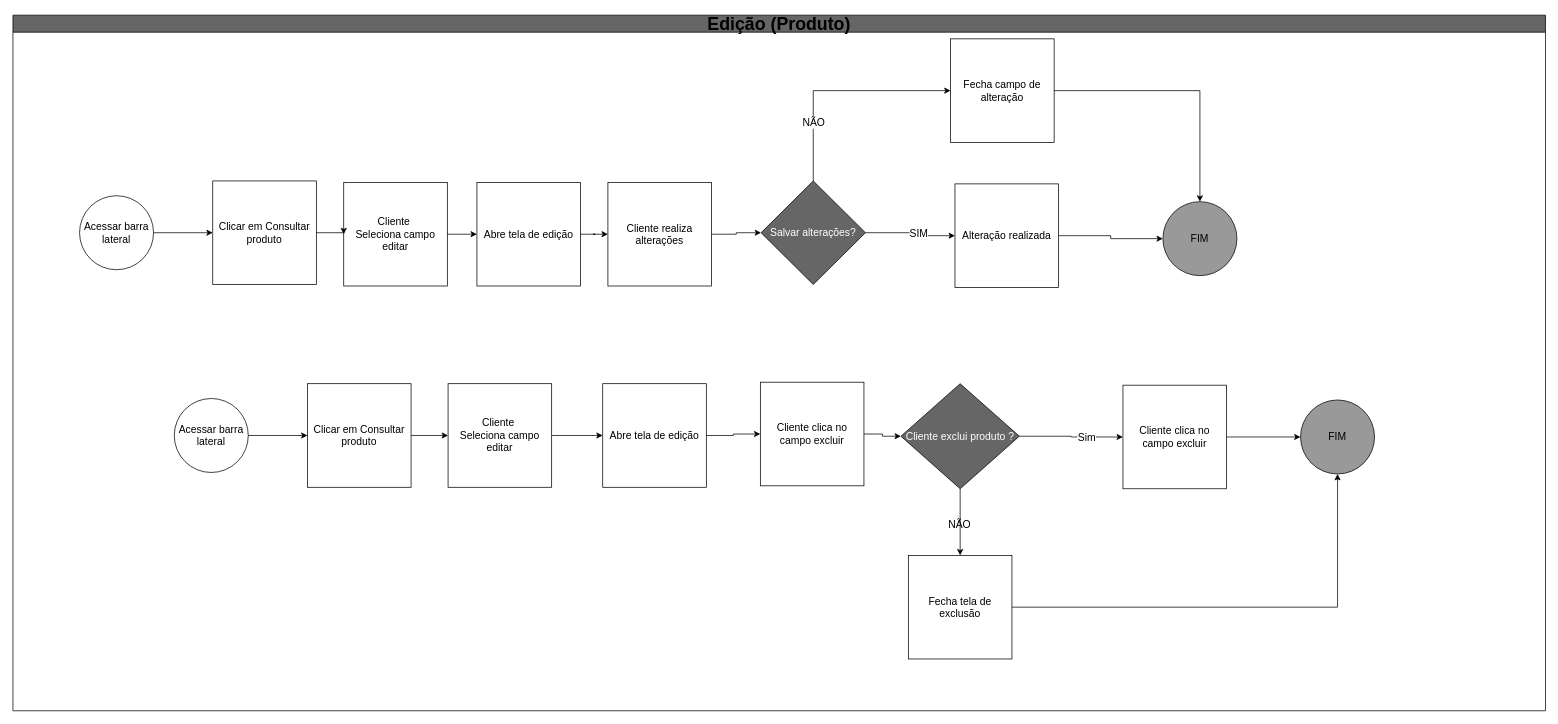
The draw.io diagram page "Edição e Exclusão produto" (8 of 12) of fluxogramas/YS-Fluxo.drawio in eothigas/YS_Storage, before the edit. Source tidied: cells renumbered, new cells numbered last; positions are measured from the earlier drawing's top-left corner, leaving out a move shared by most shapes. Both pictures are drawn from the tidied source at 74%, with x=0, y=0 at pixel (13, 15).
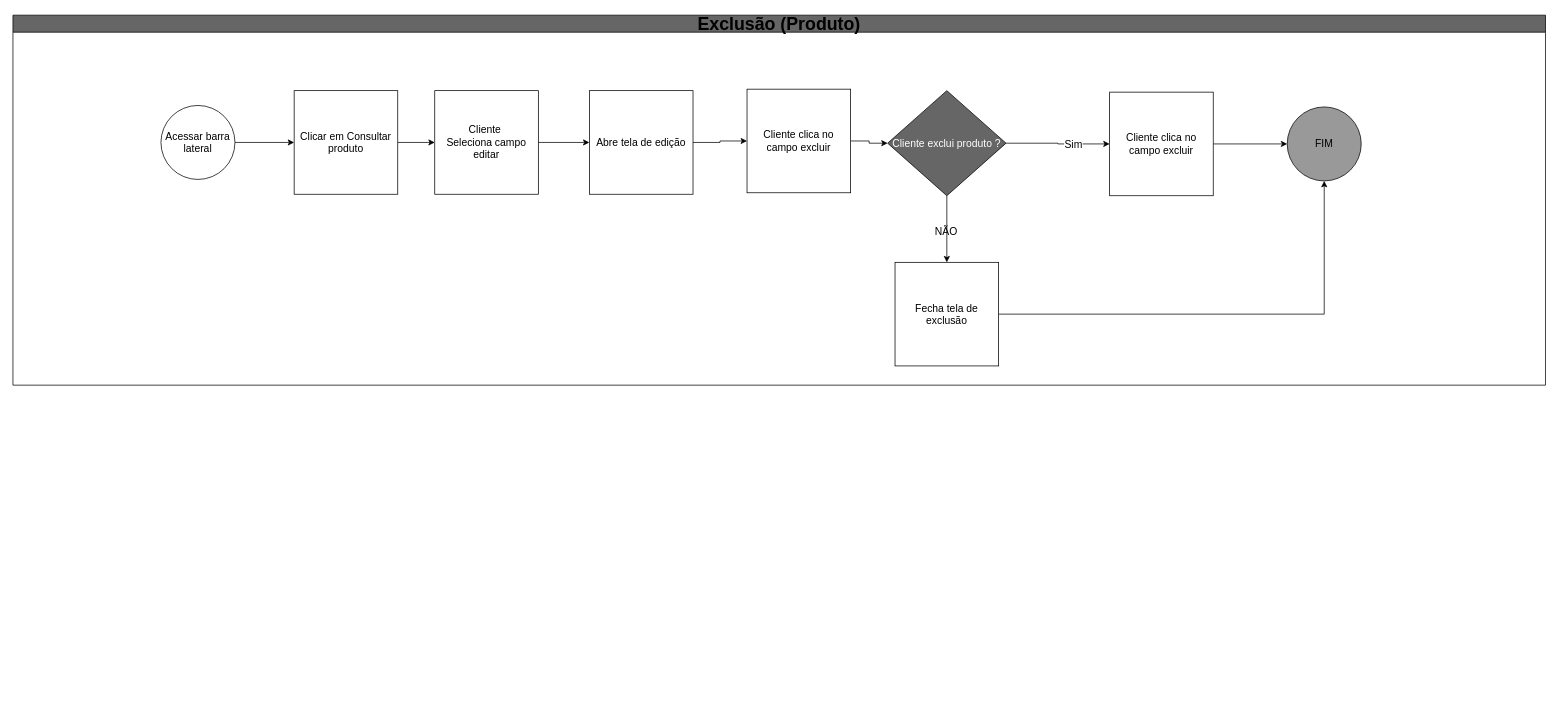
The same diagram, later.

Commit message:
Alterando nomenclaturas

The edit, as a diff of the source:
```diff
@@
-    <mxCell id="2" style="edgeStyle=orthogonalEdgeStyle;rounded=0;jettySize=auto;html=1;exitX=0.5;exitY=0;exitDx=0;exitDy=0;entryX=0;entryY=0.5;entryDx=0;entryDy=0;" parent="1" edge="1" source="4" target="8">
-      <mxGeometry relative="1" as="geometry" />
-    </mxCell>
-    <mxCell id="3" style="edgeStyle=orthogonalEdgeStyle;rounded=0;jettySize=auto;html=1;exitX=1;exitY=0.5;exitDx=0;exitDy=0;entryX=0;entryY=0.5;entryDx=0;entryDy=0;" parent="1" edge="1" source="4" target="11">
-      <mxGeometry relative="1" as="geometry" />
-    </mxCell>
-    <mxCell id="4" value="&lt;span style=&quot;color: rgb(255, 255, 255);&quot;&gt;&lt;font style=&quot;font-size: 14px;&quot;&gt;Salvar alterações?&lt;/font&gt;&lt;/span&gt;" style="rhombus;whiteSpace=wrap;html=1;fillColor=#666666;" parent="1" vertex="1">
-      <mxGeometry x="1011" y="224" width="141" height="140" as="geometry" />
-    </mxCell>
-    <mxCell id="5" value="&lt;font style=&quot;font-size: 14px;&quot;&gt;SIM&lt;/font&gt;" style="edgeLabel;html=1;align=center;verticalAlign=middle;" parent="1" vertex="1">
-      <mxGeometry x="1223" y="294" as="geometry" />
-    </mxCell>
-    <mxCell id="6" value="&lt;font style=&quot;font-size: 14px;&quot;&gt;NÃO&lt;/font&gt;" style="edgeLabel;html=1;align=center;verticalAlign=middle;" parent="1" vertex="1">
-      <mxGeometry x="1081.5" y="144" as="geometry" />
-    </mxCell>
-    <mxCell id="7" style="edgeStyle=orthogonalEdgeStyle;rounded=0;jettySize=auto;html=1;exitX=1;exitY=0.5;exitDx=0;exitDy=0;entryX=0.5;entryY=0;entryDx=0;entryDy=0;" parent="1" edge="1" source="8" target="12">
-      <mxGeometry relative="1" as="geometry" />
-    </mxCell>
-    <mxCell id="8" value="&lt;font style=&quot;font-size: 14px;&quot;&gt;Fecha campo de alteração&lt;/font&gt;" style="whiteSpace=wrap;html=1;" parent="1" vertex="1">
-      <mxGeometry x="1267" y="32" width="140" height="140" as="geometry" />
-    </mxCell>
-    <mxCell id="9" value="&lt;font style=&quot;font-size: 24px;&quot;&gt;Edição (Produto)&lt;/font&gt;" style="swimlane;whiteSpace=wrap;html=1;fillColor=#666666;" parent="1" vertex="1">
-      <mxGeometry width="2071" height="940" as="geometry" />
+    <mxCell id="9" value="&lt;font style=&quot;font-size: 24px;&quot;&gt;Exclusão (Produto)&lt;/font&gt;" style="swimlane;whiteSpace=wrap;html=1;fillColor=#666666;" parent="1" vertex="1">
+      <mxGeometry width="2071" height="500" as="geometry" />
     </mxCell>
-    <mxCell id="10" style="edgeStyle=orthogonalEdgeStyle;rounded=0;jettySize=auto;html=1;exitX=1;exitY=0.5;exitDx=0;exitDy=0;entryX=0;entryY=0.5;entryDx=0;entryDy=0;" parent="9" edge="1" source="11" target="12">
-      <mxGeometry relative="1" as="geometry" />
-    </mxCell>
-    <mxCell id="11" value="&lt;span style=&quot;font-size: 14px;&quot;&gt;Alteração realizada&lt;/span&gt;" style="whiteSpace=wrap;html=1;" parent="9" vertex="1">
-      <mxGeometry x="1273" y="228" width="140" height="140" as="geometry" />
-    </mxCell>
-    <mxCell id="12" value="&lt;font style=&quot;font-size: 14px;&quot;&gt;FIM&lt;/font&gt;" style="ellipse;whiteSpace=wrap;html=1;fillColor=#999999;" parent="9" vertex="1">
-      <mxGeometry x="1554" y="252" width="100" height="100" as="geometry" />
-    </mxCell>
@@
     <mxCell id="15" value="&lt;font style=&quot;font-size: 14px;&quot;&gt;Cliente&amp;nbsp;&lt;/font&gt;&lt;div&gt;&lt;font style=&quot;font-size: 14px;&quot;&gt;Seleciona campo editar&lt;/font&gt;&lt;/div&gt;" style="whiteSpace=wrap;html=1;" parent="9" vertex="1">
-      <mxGeometry x="588" y="498" width="140" height="140" as="geometry" />
+      <mxGeometry x="570" y="102" width="140" height="140" as="geometry" />
     </mxCell>
     <mxCell id="16" value="&lt;font style=&quot;font-size: 14px;&quot;&gt;Clicar em Consultar produto&lt;/font&gt;" style="whiteSpace=wrap;html=1;" parent="9" vertex="1">
-      <mxGeometry x="398" y="498" width="140" height="140" as="geometry" />
+      <mxGeometry x="380" y="102" width="140" height="140" as="geometry" />
     </mxCell>
     <mxCell id="17" value="&lt;font style=&quot;font-size: 14px;&quot;&gt;Acessar barra lateral&lt;/font&gt;" style="ellipse;whiteSpace=wrap;html=1;fillColor=none;" parent="9" vertex="1">
-      <mxGeometry x="218" y="518" width="100" height="100" as="geometry" />
+      <mxGeometry x="200" y="122" width="100" height="100" as="geometry" />
     </mxCell>
@@
     <mxCell id="20" value="&lt;span style=&quot;color: rgb(255, 255, 255);&quot;&gt;&lt;font style=&quot;font-size: 14px;&quot;&gt;Cliente exclui produto ?&lt;/font&gt;&lt;/span&gt;" style="rhombus;whiteSpace=wrap;html=1;fillColor=#666666;" parent="9" vertex="1">
-      <mxGeometry x="1200" y="498" width="160" height="142" as="geometry" />
+      <mxGeometry x="1182" y="102" width="160" height="142" as="geometry" />
     </mxCell>
@@
     <mxCell id="22" value="&lt;span style=&quot;font-size: 14px;&quot;&gt;Cliente clica no campo excluir&lt;/span&gt;" style="whiteSpace=wrap;html=1;" parent="9" vertex="1">
-      <mxGeometry x="1010" y="496" width="140" height="140" as="geometry" />
+      <mxGeometry x="992" y="100" width="140" height="140" as="geometry" />
     </mxCell>
@@
     <mxCell id="24" value="&lt;span style=&quot;font-size: 14px;&quot;&gt;Cliente clica no campo excluir&lt;/span&gt;" style="whiteSpace=wrap;html=1;" parent="9" vertex="1">
-      <mxGeometry x="1500" y="500" width="140" height="140" as="geometry" />
+      <mxGeometry x="1482" y="104" width="140" height="140" as="geometry" />
     </mxCell>
     <mxCell id="25" value="&lt;font style=&quot;font-size: 14px;&quot;&gt;Sim&lt;/font&gt;" style="edgeLabel;html=1;align=center;verticalAlign=middle;" parent="9" vertex="1">
-      <mxGeometry x="1450" y="570" as="geometry" />
+      <mxGeometry x="1432" y="174" as="geometry" />
     </mxCell>
     <mxCell id="26" value="&lt;font style=&quot;font-size: 14px;&quot;&gt;NÃO&lt;/font&gt;" style="edgeLabel;html=1;align=center;verticalAlign=middle;" parent="9" vertex="1">
-      <mxGeometry x="1290" y="690" as="geometry">
+      <mxGeometry x="1272" y="294" as="geometry">
         <mxPoint x="-12" y="-3" as="offset" />
       </mxGeometry>
     </mxCell>
@@
     <mxCell id="28" value="&lt;span style=&quot;font-size: 14px;&quot;&gt;Abre tela de edição&lt;/span&gt;" style="whiteSpace=wrap;html=1;" parent="9" vertex="1">
-      <mxGeometry x="797" y="498" width="140" height="140" as="geometry" />
+      <mxGeometry x="779" y="102" width="140" height="140" as="geometry" />
     </mxCell>
@@
     <mxCell id="30" value="&lt;span style=&quot;font-size: 14px;&quot;&gt;Fecha tela de exclusão&lt;/span&gt;" style="whiteSpace=wrap;html=1;" parent="9" vertex="1">
-      <mxGeometry x="1210" y="730" width="140" height="140" as="geometry" />
+      <mxGeometry x="1192" y="334" width="140" height="140" as="geometry" />
     </mxCell>
@@
     <mxCell id="32" value="&lt;font style=&quot;font-size: 14px;&quot;&gt;FIM&lt;/font&gt;" style="ellipse;whiteSpace=wrap;html=1;fillColor=#999999;" parent="9" vertex="1">
-      <mxGeometry x="1740" y="520" width="100" height="100" as="geometry" />
+      <mxGeometry x="1722" y="124" width="100" height="100" as="geometry" />
     </mxCell>
-    <mxCell id="33" value="&lt;font style=&quot;font-size: 14px;&quot;&gt;Clicar em Consultar produto&lt;/font&gt;" style="whiteSpace=wrap;html=1;" parent="9" vertex="1">
-      <mxGeometry x="270" y="224" width="140" height="140" as="geometry" />
-    </mxCell>
-    <mxCell id="34" value="&lt;font style=&quot;font-size: 14px;&quot;&gt;Acessar barra lateral&lt;/font&gt;" style="ellipse;whiteSpace=wrap;html=1;fillColor=none;" parent="9" vertex="1">
-      <mxGeometry x="90" y="244" width="100" height="100" as="geometry" />
-    </mxCell>
-    <mxCell id="35" style="edgeStyle=orthogonalEdgeStyle;rounded=0;jettySize=auto;html=1;exitX=1;exitY=0.5;exitDx=0;exitDy=0;entryX=0;entryY=0.5;entryDx=0;entryDy=0;" parent="9" edge="1" source="34" target="33">
-      <mxGeometry relative="1" as="geometry" />
-    </mxCell>
-    <mxCell id="36" value="&lt;font style=&quot;font-size: 14px;&quot;&gt;Cliente&amp;nbsp;&lt;/font&gt;&lt;div&gt;&lt;font style=&quot;font-size: 14px;&quot;&gt;Seleciona campo editar&lt;/font&gt;&lt;/div&gt;" style="whiteSpace=wrap;html=1;" parent="9" vertex="1">
-      <mxGeometry x="447" y="226" width="140" height="140" as="geometry" />
-    </mxCell>
-    <mxCell id="37" style="edgeStyle=orthogonalEdgeStyle;rounded=0;jettySize=auto;html=1;exitX=1;exitY=0.5;exitDx=0;exitDy=0;entryX=0;entryY=0.5;entryDx=0;entryDy=0;" parent="9" edge="1" source="33" target="36">
-      <mxGeometry relative="1" as="geometry" />
-    </mxCell>
-    <mxCell id="38" value="&lt;span style=&quot;font-size: 14px;&quot;&gt;Abre tela de edição&lt;/span&gt;" style="whiteSpace=wrap;html=1;" parent="9" vertex="1">
-      <mxGeometry x="627" y="226" width="140" height="140" as="geometry" />
-    </mxCell>
-    <mxCell id="39" style="edgeStyle=orthogonalEdgeStyle;rounded=0;jettySize=auto;html=1;exitX=1;exitY=0.5;exitDx=0;exitDy=0;entryX=0;entryY=0.5;entryDx=0;entryDy=0;" parent="9" edge="1" source="36" target="38">
-      <mxGeometry relative="1" as="geometry" />
-    </mxCell>
-    <mxCell id="40" value="&lt;span style=&quot;font-size: 14px;&quot;&gt;Cliente realiza alterações&lt;/span&gt;" style="whiteSpace=wrap;html=1;" parent="9" vertex="1">
-      <mxGeometry x="804" y="226" width="140" height="140" as="geometry" />
-    </mxCell>
-    <mxCell id="41" style="edgeStyle=orthogonalEdgeStyle;rounded=0;jettySize=auto;html=1;entryX=0;entryY=0.5;entryDx=0;entryDy=0;" parent="9" edge="1" source="38" target="40">
-      <mxGeometry relative="1" as="geometry" />
-    </mxCell>
-    <mxCell id="42" style="edgeStyle=orthogonalEdgeStyle;rounded=0;jettySize=auto;html=1;exitX=1;exitY=0.5;exitDx=0;exitDy=0;entryX=0;entryY=0.5;entryDx=0;entryDy=0;" parent="1" edge="1" source="40" target="4">
-      <mxGeometry relative="1" as="geometry" />
-    </mxCell>
```
